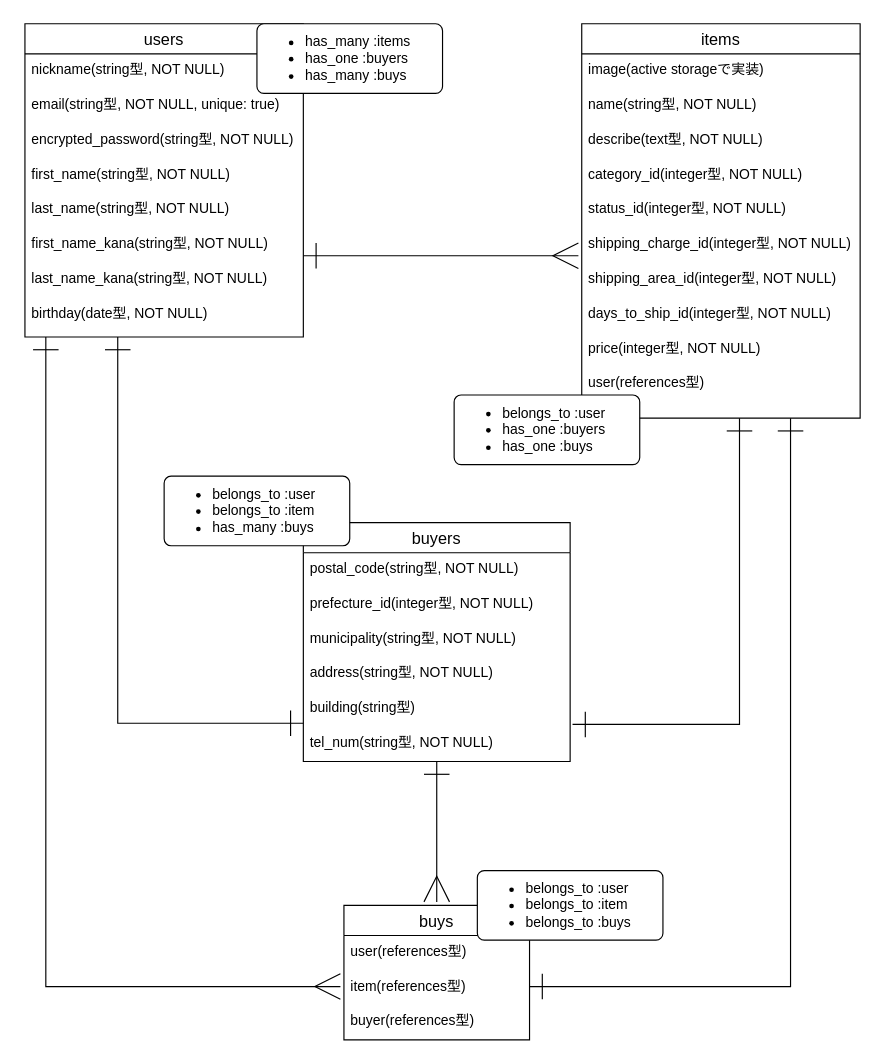
Above: furima_er.dio in ironkazutoyo/furima-34405 (draw.io), before the change. Source tidied: cells renumbered, new cells numbered last; positions are measured from the earlier drawing's top-left corner, leaving out a move shared by most shapes. Both pictures are drawn from the tidied source at 116%, with x=0, y=0 at pixel (24, 23).
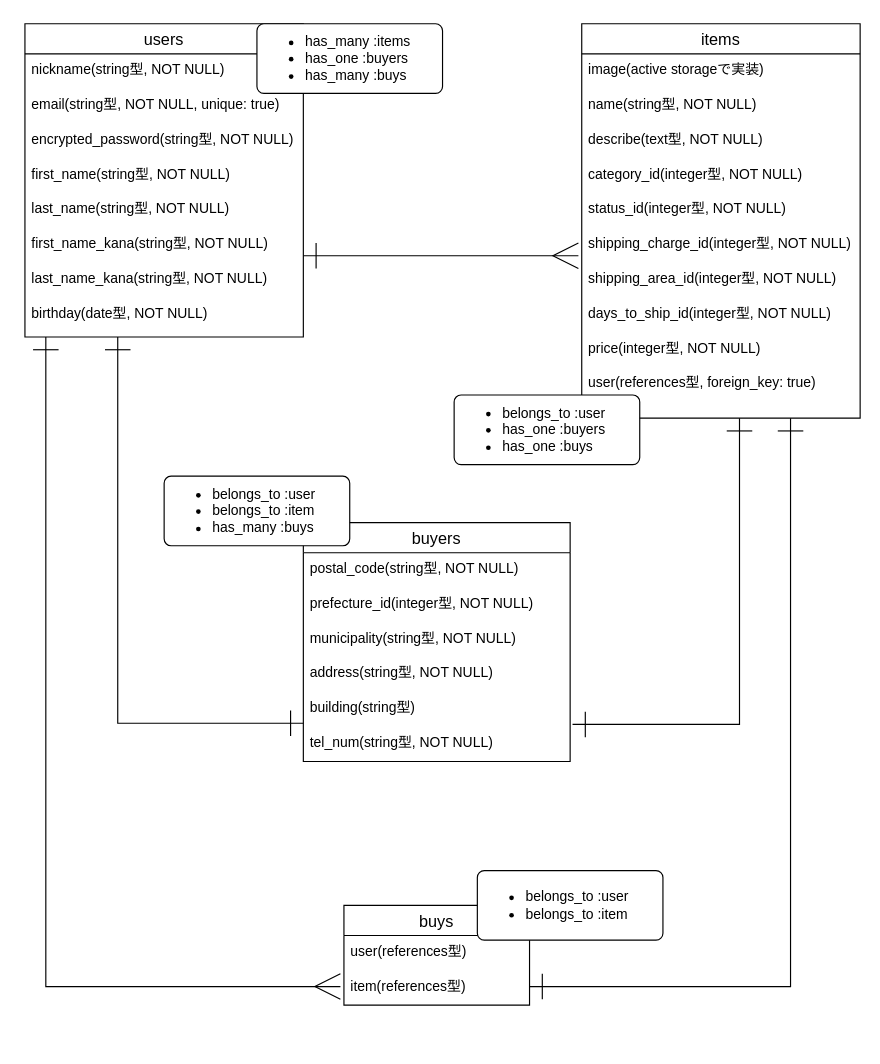
The same page after the edit.

Unchanged cells that the change refers to:
```xml
<mxCell id="11" value="items" style="swimlane;fontStyle=0;horizontal=1;startSize=26;align=center;fontSize=14;" parent="1" vertex="1">
  <mxGeometry x="480" width="240" height="340" as="geometry" />
</mxCell>
<mxCell id="23" value="buyers" style="swimlane;fontStyle=0;horizontal=1;startSize=26;align=center;fontSize=14;" parent="1" vertex="1">
  <mxGeometry x="240" y="430" width="230" height="206" as="geometry" />
</mxCell>
```

Change to the diagram source:
```diff
@@
-    <mxCell id="21" value="user(references型)" style="text;strokeColor=none;fillColor=none;spacingLeft=4;spacingRight=4;overflow=hidden;points=[[0,0.5],[1,0.5]];portConstraint=eastwest;fontSize=12;" parent="11" vertex="1">
+    <mxCell id="21" value="user(references型, foreign_key: true)" style="text;strokeColor=none;fillColor=none;spacingLeft=4;spacingRight=4;overflow=hidden;points=[[0,0.5],[1,0.5]];portConstraint=eastwest;fontSize=12;" parent="11" vertex="1">
       <mxGeometry y="296" width="240" height="44" as="geometry" />
     </mxCell>
-    <mxCell id="22" style="edgeStyle=orthogonalEdgeStyle;rounded=0;jettySize=auto;html=1;entryX=0.5;entryY=-0.026;entryDx=0;entryDy=0;entryPerimeter=0;startArrow=ERone;startFill=0;startSize=20;endArrow=ERmany;endFill=0;endSize=20;" parent="1" edge="1" source="23" target="37">
-      <mxGeometry relative="1" as="geometry">
-        <Array as="points">
-          <mxPoint x="355" y="680" />
-          <mxPoint x="355" y="680" />
-        </Array>
-      </mxGeometry>
-    </mxCell>
@@
     <mxCell id="37" value="buys" style="swimlane;fontStyle=0;horizontal=1;startSize=26;align=center;fontSize=14;" parent="1" vertex="1">
-      <mxGeometry x="275" y="760" width="160" height="116" as="geometry" />
+      <mxGeometry x="275" y="760" width="160" height="86" as="geometry" />
     </mxCell>
@@
-    <mxCell id="40" value="buyer(references型)" style="text;strokeColor=none;fillColor=none;spacingLeft=4;spacingRight=4;overflow=hidden;fontSize=12;" parent="37" vertex="1">
-      <mxGeometry y="86" width="160" height="30" as="geometry" />
-    </mxCell>
@@
-    <mxCell id="42" value="&lt;ul&gt;&lt;li&gt;belongs_to :user&lt;/li&gt;&lt;li&gt;belongs_to :item&lt;/li&gt;&lt;li&gt;belongs_to :buys&lt;/li&gt;&lt;/ul&gt;" style="rounded=1;arcSize=10;whiteSpace=wrap;html=1;align=left;" parent="1" vertex="1">
+    <mxCell id="42" value="&lt;ul&gt;&lt;li&gt;belongs_to :user&lt;/li&gt;&lt;li&gt;belongs_to :item&lt;/li&gt;&lt;/ul&gt;" style="rounded=1;arcSize=10;whiteSpace=wrap;html=1;align=left;" parent="1" vertex="1">
       <mxGeometry x="390" y="730" width="160" height="60" as="geometry" />
     </mxCell>
```
